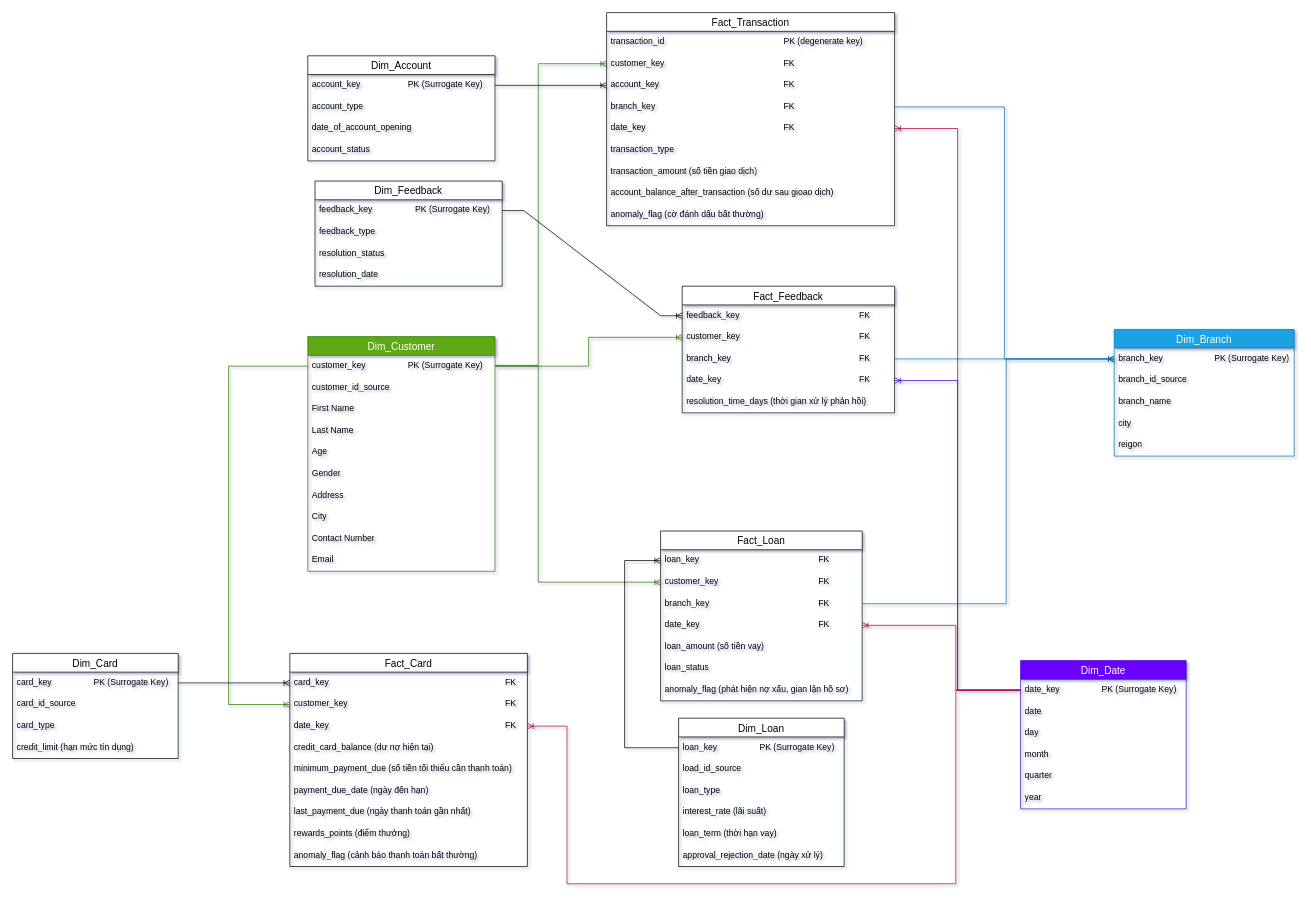
dHung2412/dHung-Data_Platform keeps this draw.io diagram as Banking.drawio. Above is the earlier version. Source tidied: cells renumbered, new cells numbered last; positions are measured from the earlier drawing's top-left corner, leaving out a move shared by most shapes. Both pictures are drawn from the tidied source at 72%, with x=0, y=0 at pixel (12, 12).
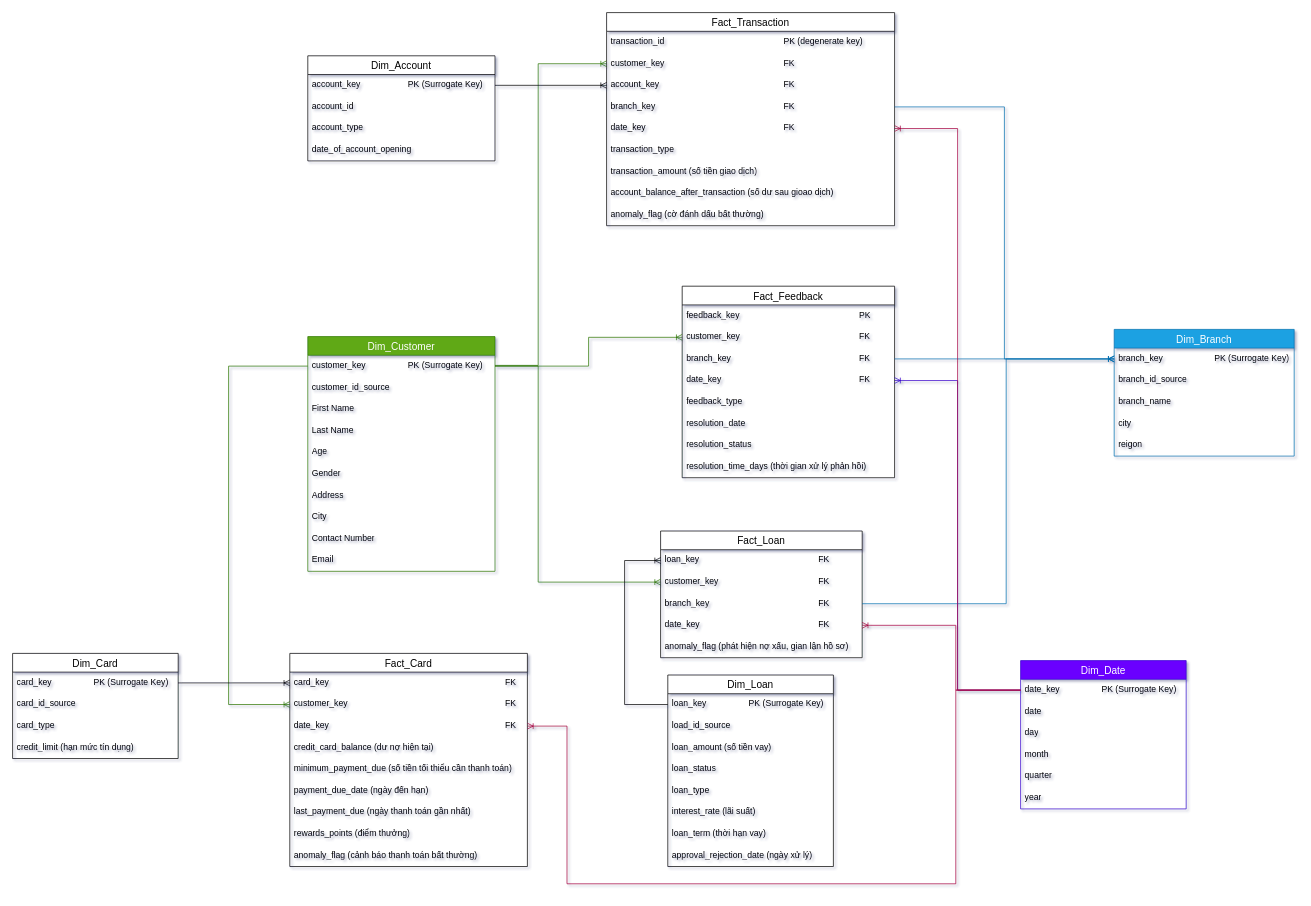
After the change.

Unchanged cells that the change refers to:
```xml
<mxCell id="13" value="Dim_Account" style="swimlane;fontStyle=0;horizontal=1;startSize=26;align=center;fontSize=14;" parent="1" vertex="1">
  <mxGeometry x="410" y="60" width="260" height="146" as="geometry" />
</mxCell>
<mxCell id="19" value="loan_key&lt;span style=&quot;white-space: pre;&quot;&gt;&#9;&lt;/span&gt;&lt;span style=&quot;white-space: pre;&quot;&gt;&#9;&lt;/span&gt;&lt;span style=&quot;white-space: pre;&quot;&gt;&#9;&lt;/span&gt;&lt;span style=&quot;white-space: pre;&quot;&gt;&#9;&lt;span style=&quot;white-space: pre;&quot;&gt;&#9;&lt;/span&gt;&lt;span style=&quot;white-space: pre;&quot;&gt;&#9;&lt;span style=&quot;white-space: pre;&quot;&gt;&#9;&lt;/span&gt;&lt;/span&gt;&lt;/span&gt;FK" style="text;strokeColor=none;fillColor=none;spacingLeft=4;spacingRight=4;overflow=hidden;points=[[0,0.5],[1,0.5]];portConstraint=eastwest;fontSize=12;whiteSpace=wrap;html=1;" parent="18" vertex="1">
  <mxGeometry y="26" width="280" height="30" as="geometry" />
</mxCell>
<mxCell id="66" value="loan_key&lt;span style=&quot;white-space: pre;&quot;&gt;&#9;&lt;/span&gt;&lt;span style=&quot;white-space: pre;&quot;&gt;&#9;&lt;/span&gt;&lt;span style=&quot;white-space: pre;&quot;&gt;&#9;&lt;/span&gt;PK (Surrogate Key)" style="text;strokeColor=none;fillColor=none;spacingLeft=4;spacingRight=4;overflow=hidden;points=[[0,0.5],[1,0.5]];portConstraint=eastwest;fontSize=12;whiteSpace=wrap;html=1;" parent="65" vertex="1">
  <mxGeometry y="26" width="230" height="30" as="geometry" />
</mxCell>
```

Change to the diagram source:
```diff
@@
+    <mxCell id="97" value="account_id" style="text;strokeColor=none;fillColor=none;spacingLeft=4;spacingRight=4;overflow=hidden;fontSize=12;whiteSpace=wrap;html=1;" parent="13" vertex="1">
+      <mxGeometry y="56" width="260" height="30" as="geometry" />
+    </mxCell>
     <mxCell id="15" value="account_type" style="text;strokeColor=none;fillColor=none;spacingLeft=4;spacingRight=4;overflow=hidden;fontSize=12;whiteSpace=wrap;html=1;" parent="13" vertex="1">
-      <mxGeometry y="56" width="260" height="30" as="geometry" />
+      <mxGeometry y="86" width="260" height="30" as="geometry" />
     </mxCell>
     <mxCell id="16" value="date_of_account_opening" style="text;strokeColor=none;fillColor=none;spacingLeft=4;spacingRight=4;overflow=hidden;fontSize=12;whiteSpace=wrap;html=1;" parent="13" vertex="1">
-      <mxGeometry y="86" width="260" height="30" as="geometry" />
+      <mxGeometry y="116" width="260" height="30" as="geometry" />
     </mxCell>
-    <mxCell id="17" value="account_status" style="text;strokeColor=none;fillColor=none;spacingLeft=4;spacingRight=4;overflow=hidden;fontSize=12;whiteSpace=wrap;html=1;" parent="13" vertex="1">
-      <mxGeometry y="116" width="260" height="30" as="geometry" />
-    </mxCell>
     <mxCell id="18" value="Fact_Loan" style="swimlane;fontStyle=0;horizontal=1;startSize=26;align=center;fontSize=14;" parent="1" vertex="1">
-      <mxGeometry x="900" y="720" width="280" height="236" as="geometry" />
+      <mxGeometry x="900" y="720" width="280" height="176" as="geometry" />
     </mxCell>
@@
-    <mxCell id="23" value="loan_amount (số tiền vay)" style="text;strokeColor=none;fillColor=none;spacingLeft=4;spacingRight=4;overflow=hidden;fontSize=12;whiteSpace=wrap;html=1;" parent="18" vertex="1">
-      <mxGeometry y="146" width="280" height="30" as="geometry" />
-    </mxCell>
-    <mxCell id="24" value="loan_status" style="text;strokeColor=none;fillColor=none;spacingLeft=4;spacingRight=4;overflow=hidden;fontSize=12;whiteSpace=wrap;html=1;" parent="18" vertex="1">
-      <mxGeometry y="176" width="280" height="30" as="geometry" />
-    </mxCell>
     <mxCell id="25" value="anomaly_flag (phát hiện nợ xấu, gian lận hồ sơ)" style="text;strokeColor=none;fillColor=none;spacingLeft=4;spacingRight=4;overflow=hidden;fontSize=12;whiteSpace=wrap;html=1;" parent="18" vertex="1">
-      <mxGeometry y="206" width="280" height="30" as="geometry" />
+      <mxGeometry y="146" width="280" height="30" as="geometry" />
     </mxCell>
@@
     <mxCell id="52" value="Fact_Feedback" style="swimlane;fontStyle=0;horizontal=1;startSize=26;align=center;fontSize=14;" parent="1" vertex="1">
-      <mxGeometry x="930" y="380" width="295" height="176" as="geometry" />
+      <mxGeometry x="930" y="380" width="295" height="266" as="geometry" />
     </mxCell>
-    <mxCell id="53" value="feedback_key&lt;span style=&quot;white-space: pre;&quot;&gt;&#9;&lt;/span&gt;&lt;span style=&quot;white-space: pre;&quot;&gt;&#9;&lt;/span&gt;&lt;span style=&quot;white-space: pre;&quot;&gt;&#9;&lt;/span&gt;&lt;span style=&quot;white-space: pre;&quot;&gt;&#9;&lt;/span&gt;&lt;span style=&quot;white-space: pre;&quot;&gt;&#9;&lt;span style=&quot;white-space: pre;&quot;&gt;&#9;&lt;/span&gt;&lt;span style=&quot;white-space: pre;&quot;&gt;&#9;&lt;/span&gt;&lt;/span&gt;FK" style="text;strokeColor=none;fillColor=none;spacingLeft=4;spacingRight=4;overflow=hidden;points=[[0,0.5],[1,0.5]];portConstraint=eastwest;fontSize=12;whiteSpace=wrap;html=1;" parent="52" vertex="1">
+    <mxCell id="53" value="feedback_key&lt;span style=&quot;white-space: pre;&quot;&gt;&#9;&lt;/span&gt;&lt;span style=&quot;white-space: pre;&quot;&gt;&#9;&lt;/span&gt;&lt;span style=&quot;white-space: pre;&quot;&gt;&#9;&lt;/span&gt;&lt;span style=&quot;white-space: pre;&quot;&gt;&#9;&lt;/span&gt;&lt;span style=&quot;white-space: pre;&quot;&gt;&#9;&lt;span style=&quot;white-space: pre;&quot;&gt;&#9;&lt;/span&gt;&lt;span style=&quot;white-space: pre;&quot;&gt;&#9;&lt;/span&gt;P&lt;/span&gt;K" style="text;strokeColor=none;fillColor=none;spacingLeft=4;spacingRight=4;overflow=hidden;points=[[0,0.5],[1,0.5]];portConstraint=eastwest;fontSize=12;whiteSpace=wrap;html=1;" parent="52" vertex="1">
       <mxGeometry y="26" width="295" height="30" as="geometry" />
     </mxCell>
@@
+    <mxCell id="79" value="feedback_type" style="text;strokeColor=none;fillColor=none;spacingLeft=4;spacingRight=4;overflow=hidden;fontSize=12;whiteSpace=wrap;html=1;" parent="52" vertex="1">
+      <mxGeometry y="146" width="295" height="30" as="geometry" />
+    </mxCell>
+    <mxCell id="81" value="resolution_date" style="text;strokeColor=none;fillColor=none;spacingLeft=4;spacingRight=4;overflow=hidden;fontSize=12;whiteSpace=wrap;html=1;" parent="52" vertex="1">
+      <mxGeometry y="176" width="295" height="30" as="geometry" />
+    </mxCell>
+    <mxCell id="80" value="resolution_status" style="text;strokeColor=none;fillColor=none;spacingLeft=4;spacingRight=4;overflow=hidden;fontSize=12;whiteSpace=wrap;html=1;" parent="52" vertex="1">
+      <mxGeometry y="206" width="295" height="30" as="geometry" />
+    </mxCell>
     <mxCell id="57" value="resolution_time_days (thời gian xử lý phản hồi)" style="text;strokeColor=none;fillColor=none;spacingLeft=4;spacingRight=4;overflow=hidden;fontSize=12;whiteSpace=wrap;html=1;" parent="52" vertex="1">
-      <mxGeometry y="146" width="295" height="30" as="geometry" />
+      <mxGeometry y="236" width="295" height="30" as="geometry" />
     </mxCell>
@@
     <mxCell id="65" value="Dim_Loan" style="swimlane;fontStyle=0;horizontal=1;startSize=26;align=center;fontSize=14;" parent="1" vertex="1">
-      <mxGeometry x="925" y="980" width="230" height="206" as="geometry" />
+      <mxGeometry x="910" y="920" width="230" height="266" as="geometry" />
     </mxCell>
@@
+    <mxCell id="23" value="loan_amount (số tiền vay)" style="text;strokeColor=none;fillColor=none;spacingLeft=4;spacingRight=4;overflow=hidden;fontSize=12;whiteSpace=wrap;html=1;" parent="65" vertex="1">
+      <mxGeometry y="86" width="230" height="30" as="geometry" />
+    </mxCell>
+    <mxCell id="24" value="loan_status" style="text;strokeColor=none;fillColor=none;spacingLeft=4;spacingRight=4;overflow=hidden;fontSize=12;whiteSpace=wrap;html=1;" parent="65" vertex="1">
+      <mxGeometry y="116" width="230" height="30" as="geometry" />
+    </mxCell>
     <mxCell id="68" value="loan_type" style="text;strokeColor=none;fillColor=none;spacingLeft=4;spacingRight=4;overflow=hidden;fontSize=12;whiteSpace=wrap;html=1;" parent="65" vertex="1">
-      <mxGeometry y="86" width="230" height="30" as="geometry" />
+      <mxGeometry y="146" width="230" height="30" as="geometry" />
     </mxCell>
     <mxCell id="69" value="interest_rate (lãi suất)" style="text;strokeColor=none;fillColor=none;spacingLeft=4;spacingRight=4;overflow=hidden;fontSize=12;whiteSpace=wrap;html=1;" parent="65" vertex="1">
-      <mxGeometry y="116" width="230" height="30" as="geometry" />
+      <mxGeometry y="176" width="230" height="30" as="geometry" />
     </mxCell>
     <mxCell id="70" value="loan_term (thời hạn vay)" style="text;strokeColor=none;fillColor=none;spacingLeft=4;spacingRight=4;overflow=hidden;fontSize=12;whiteSpace=wrap;html=1;" parent="65" vertex="1">
-      <mxGeometry y="146" width="230" height="30" as="geometry" />
+      <mxGeometry y="206" width="230" height="30" as="geometry" />
     </mxCell>
     <mxCell id="71" value="approval_rejection_date (ngày xử lý)" style="text;strokeColor=none;fillColor=none;spacingLeft=4;spacingRight=4;overflow=hidden;fontSize=12;whiteSpace=wrap;html=1;" parent="65" vertex="1">
-      <mxGeometry y="176" width="230" height="30" as="geometry" />
+      <mxGeometry y="236" width="230" height="30" as="geometry" />
     </mxCell>
@@
-    <mxCell id="77" value="Dim_Feedback" style="swimlane;fontStyle=0;horizontal=1;startSize=26;align=center;fontSize=14;" parent="1" vertex="1">
-      <mxGeometry x="420" y="234" width="260" height="146" as="geometry" />
-    </mxCell>
-    <mxCell id="78" value="feedback_key&lt;span style=&quot;white-space: pre;&quot;&gt;&#9;&lt;/span&gt;&lt;span style=&quot;white-space: pre;&quot;&gt;&#9;&lt;/span&gt;&lt;span style=&quot;white-space: pre;&quot;&gt;&#9;&lt;/span&gt;PK (Surrogate Key)" style="text;strokeColor=none;fillColor=none;spacingLeft=4;spacingRight=4;overflow=hidden;points=[[0,0.5],[1,0.5]];portConstraint=eastwest;fontSize=12;whiteSpace=wrap;html=1;" parent="77" vertex="1">
-      <mxGeometry y="26" width="260" height="30" as="geometry" />
-    </mxCell>
-    <mxCell id="79" value="feedback_type" style="text;strokeColor=none;fillColor=none;spacingLeft=4;spacingRight=4;overflow=hidden;fontSize=12;whiteSpace=wrap;html=1;" parent="77" vertex="1">
-      <mxGeometry y="56" width="260" height="30" as="geometry" />
-    </mxCell>
-    <mxCell id="80" value="resolution_status" style="text;strokeColor=none;fillColor=none;spacingLeft=4;spacingRight=4;overflow=hidden;fontSize=12;whiteSpace=wrap;html=1;" parent="77" vertex="1">
-      <mxGeometry y="86" width="260" height="30" as="geometry" />
-    </mxCell>
-    <mxCell id="81" value="resolution_date" style="text;strokeColor=none;fillColor=none;spacingLeft=4;spacingRight=4;overflow=hidden;fontSize=12;whiteSpace=wrap;html=1;" parent="77" vertex="1">
-      <mxGeometry y="116" width="260" height="30" as="geometry" />
-    </mxCell>
@@
     <mxCell id="89" style="fontSize=12;html=1;endArrow=ERoneToMany;rounded=0;exitX=0;exitY=0.5;exitDx=0;exitDy=0;entryX=0;entryY=0.5;entryDx=0;entryDy=0;edgeStyle=orthogonalEdgeStyle;" parent="1" edge="1" source="66" target="19">
       <mxGeometry relative="1" as="geometry">
         <Array as="points">
-          <mxPoint x="850" y="1021" />
+          <mxPoint x="850" y="961" />
           <mxPoint x="850" y="761" />
         </Array>
       </mxGeometry>
     </mxCell>
@@
-    <mxCell id="91" style="edgeStyle=entityRelationEdgeStyle;fontSize=12;html=1;endArrow=ERoneToMany;rounded=0;exitX=1;exitY=0.5;exitDx=0;exitDy=0;entryX=0;entryY=0.5;entryDx=0;entryDy=0;" parent="1" edge="1" source="78" target="53">
-      <mxGeometry relative="1" as="geometry" />
-    </mxCell>
```
